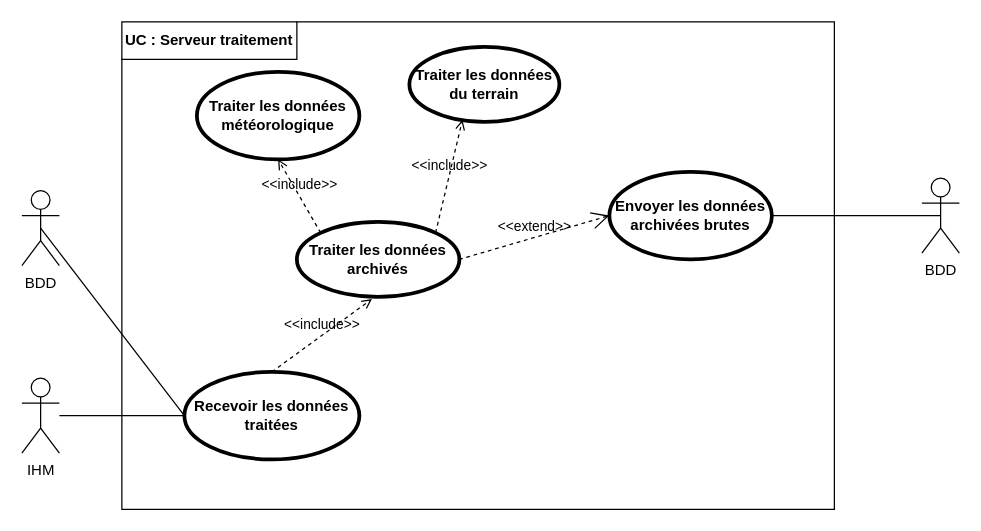
ToGen49/Hippodrome keeps this draw.io diagram as SYSML/Use_Case_Serveur traitement.drawio. Above is the earlier version. Source tidied: cells renumbered, new cells numbered last; positions are measured from the earlier drawing's top-left corner, leaving out a move shared by most shapes. Both pictures are drawn from the tidied source at 125%, with x=0, y=0 at pixel (21, 21).
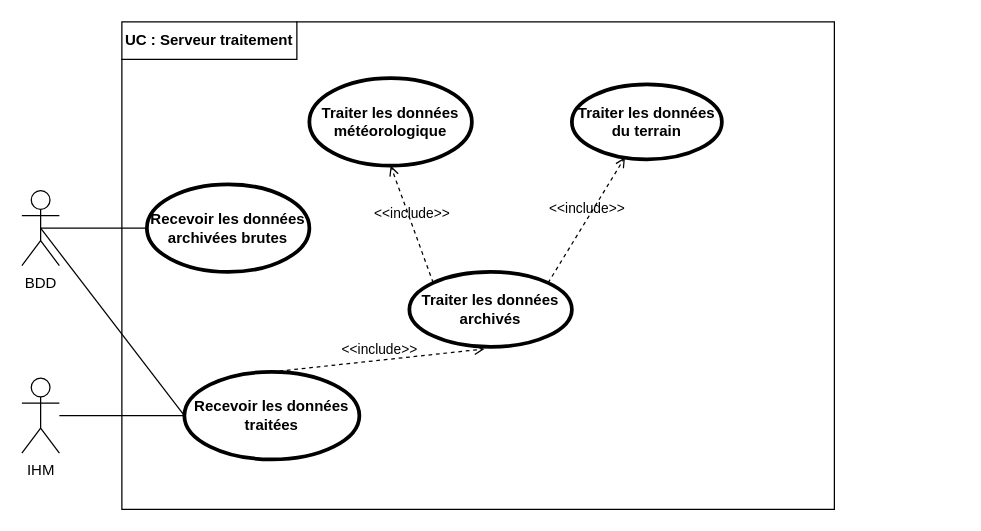
The same diagram, later.

Commit message:
Mettre à jour Use_Case_Serveur traitement.drawio

What changed in the source:
```diff
@@
 <mxGraphModel>
   <root>
     <mxCell id="0" />
     <mxCell id="1" parent="0" />
     <mxCell id="2" style="rounded=0;whiteSpace=wrap;html=1;" parent="1" vertex="1">
       <mxGeometry x="80" width="570" height="390" as="geometry" />
     </mxCell>
-    <mxCell id="3" value="BDD" style="shape=umlActor;verticalLabelPosition=bottom;verticalAlign=top;html=1;outlineConnect=0;" parent="1" vertex="1">
-      <mxGeometry x="720" y="125" width="30" height="60" as="geometry" />
-    </mxCell>
     <mxCell id="4" value="&lt;b&gt;UC : Serveur traitement&lt;/b&gt;" style="shape=partialRectangle;whiteSpace=wrap;html=1;top=0;left=0;fillColor=none;" parent="1" vertex="1">
       <mxGeometry x="80" width="140" height="30" as="geometry" />
     </mxCell>
     <mxCell id="5" value="IHM" style="shape=umlActor;verticalLabelPosition=bottom;verticalAlign=top;html=1;outlineConnect=0;" parent="1" vertex="1">
       <mxGeometry y="285" width="30" height="60" as="geometry" />
     </mxCell>
     <mxCell id="6" style="endArrow=none;html=1;rounded=0;exitX=0;exitY=0.5;exitDx=0;exitDy=0;" parent="1" edge="1" source="9" target="5">
       <mxGeometry relative="1" as="geometry" />
     </mxCell>
-    <mxCell id="7" value="Envoyer les données archivées brutes" style="shape=ellipse;html=1;strokeWidth=3;fontStyle=1;whiteSpace=wrap;align=center;perimeter=ellipsePerimeter;" parent="1" vertex="1">
-      <mxGeometry x="470" y="120" width="130" height="70" as="geometry" />
+    <mxCell id="7" value="Recevoir les données archivées brutes" style="shape=ellipse;html=1;strokeWidth=3;fontStyle=1;whiteSpace=wrap;align=center;perimeter=ellipsePerimeter;" parent="1" vertex="1">
+      <mxGeometry x="100" y="130" width="130" height="70" as="geometry" />
     </mxCell>
-    <mxCell id="8" style="edgeStyle=none;html=1;endArrow=none;verticalAlign=bottom;rounded=0;exitX=0.5;exitY=0.5;exitDx=0;exitDy=0;exitPerimeter=0;" parent="1" edge="1" source="3" target="7">
+    <mxCell id="8" style="edgeStyle=none;html=1;endArrow=none;verticalAlign=bottom;rounded=0;exitX=0.5;exitY=0.5;exitDx=0;exitDy=0;exitPerimeter=0;" parent="1" edge="1" source="18" target="7">
       <mxGeometry relative="1" as="geometry" />
     </mxCell>
     <mxCell id="9" value="Recevoir les données traitées" style="shape=ellipse;html=1;strokeWidth=3;fontStyle=1;whiteSpace=wrap;align=center;perimeter=ellipsePerimeter;" parent="1" vertex="1">
       <mxGeometry x="130" y="280" width="140" height="70" as="geometry" />
     </mxCell>
     <mxCell id="10" value="Traiter les données météorologique" style="shape=ellipse;html=1;strokeWidth=3;fontStyle=1;whiteSpace=wrap;align=center;perimeter=ellipsePerimeter;" parent="1" vertex="1">
-      <mxGeometry x="140" y="40" width="130" height="70" as="geometry" />
+      <mxGeometry x="230" y="45" width="130" height="70" as="geometry" />
     </mxCell>
     <mxCell id="11" value="Traiter les données archivés" style="shape=ellipse;html=1;strokeWidth=3;fontStyle=1;whiteSpace=wrap;align=center;perimeter=ellipsePerimeter;" parent="1" vertex="1">
-      <mxGeometry x="220" y="160" width="130" height="60" as="geometry" />
+      <mxGeometry x="310" y="200" width="130" height="60" as="geometry" />
     </mxCell>
     <mxCell id="12" value="Traiter les données du terrain" style="shape=ellipse;html=1;strokeWidth=3;fontStyle=1;whiteSpace=wrap;align=center;perimeter=ellipsePerimeter;" parent="1" vertex="1">
-      <mxGeometry x="310" y="20" width="120" height="60" as="geometry" />
+      <mxGeometry x="440" y="50" width="120" height="60" as="geometry" />
     </mxCell>
-    <mxCell id="13" value="&amp;lt;&amp;lt;extend&amp;gt;&amp;gt;" style="edgeStyle=none;html=1;startArrow=open;endArrow=none;startSize=12;verticalAlign=bottom;dashed=1;labelBackgroundColor=none;rounded=0;exitX=0;exitY=0.5;exitDx=0;exitDy=0;entryX=1;entryY=0.5;entryDx=0;entryDy=0;" parent="1" edge="1" source="7" target="11">
-      <mxGeometry relative="1" as="geometry" />
-    </mxCell>
     <mxCell id="14" value="&amp;lt;&amp;lt;include&amp;gt;&amp;gt;" style="edgeStyle=none;html=1;endArrow=open;verticalAlign=bottom;dashed=1;labelBackgroundColor=none;rounded=0;exitX=0.5;exitY=0;exitDx=0;exitDy=0;entryX=0.462;entryY=1.028;entryDx=0;entryDy=0;entryPerimeter=0;" parent="1" edge="1" source="9" target="11">
       <mxGeometry relative="1" as="geometry" />
     </mxCell>
     <mxCell id="15" value="&amp;lt;&amp;lt;include&amp;gt;&amp;gt;" style="edgeStyle=none;html=1;endArrow=open;verticalAlign=bottom;dashed=1;labelBackgroundColor=none;rounded=0;entryX=0.5;entryY=1;entryDx=0;entryDy=0;exitX=0;exitY=0;exitDx=0;exitDy=0;" parent="1" edge="1" source="11" target="10">
       <mxGeometry relative="1" as="geometry" />
     </mxCell>
     <mxCell id="16" value="&amp;lt;&amp;lt;include&amp;gt;&amp;gt;" style="edgeStyle=none;html=1;endArrow=open;verticalAlign=bottom;dashed=1;labelBackgroundColor=none;rounded=0;entryX=0.354;entryY=0.972;entryDx=0;entryDy=0;exitX=1;exitY=0;exitDx=0;exitDy=0;entryPerimeter=0;" parent="1" edge="1" source="11" target="12">
       <mxGeometry relative="1" as="geometry" />
     </mxCell>
     <mxCell id="17" style="endArrow=none;html=1;rounded=0;exitX=0;exitY=0.5;exitDx=0;exitDy=0;entryX=0.5;entryY=0.5;entryDx=0;entryDy=0;entryPerimeter=0;" parent="1" edge="1" source="9" target="18">
       <mxGeometry relative="1" as="geometry" />
     </mxCell>
     <mxCell id="18" value="BDD" style="shape=umlActor;verticalLabelPosition=bottom;verticalAlign=top;html=1;outlineConnect=0;" parent="1" vertex="1">
       <mxGeometry y="135" width="30" height="60" as="geometry" />
     </mxCell>
   </root>
 </mxGraphModel>
```
